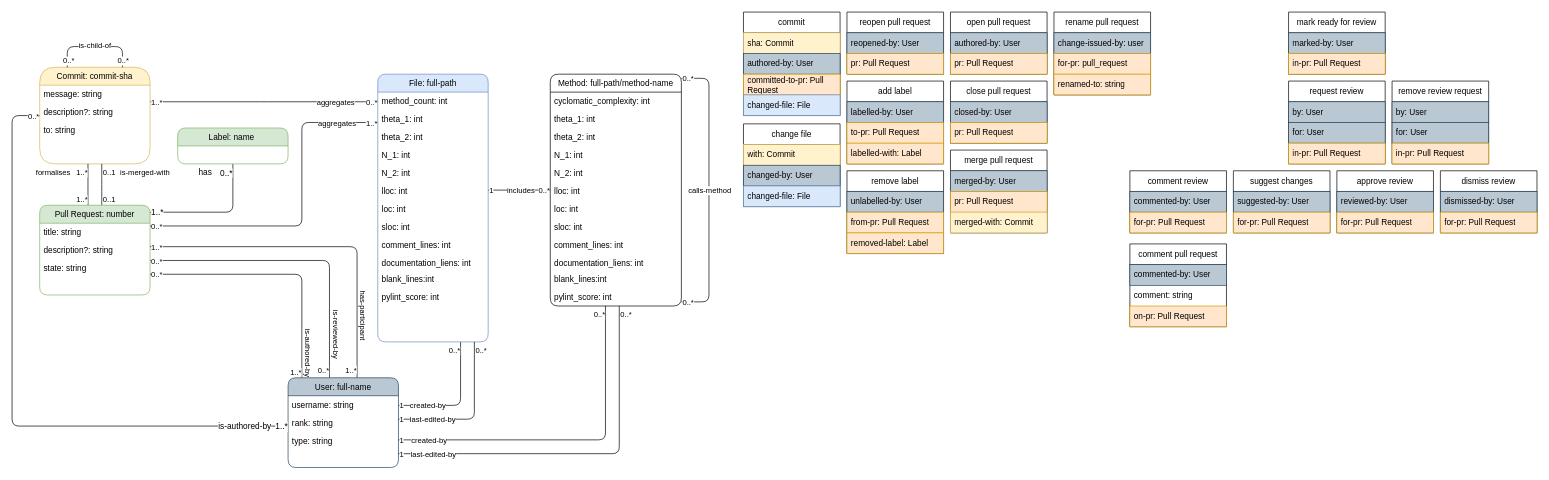
This is page "Data-Model" (1 of 3) of Exports/OCEL-Diagrams.drawio from AlexS-1/Bachelor-Code, a draw.io file, before an edit. Source tidied: cells renumbered, new cells numbered last; positions are measured from the earlier drawing's top-left corner, leaving out a move shared by most shapes. Both pictures are drawn from the tidied source at 69%, with x=0, y=0 at pixel (-16, -437).
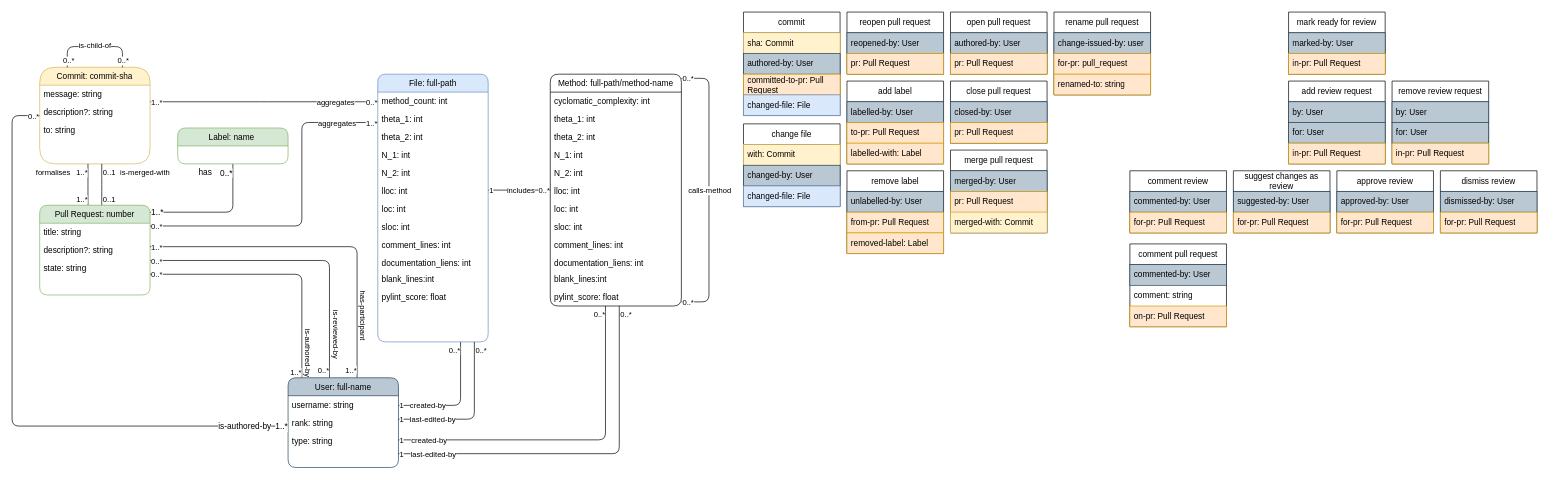
The same diagram, later.

Unchanged cells that the change refers to:
```xml
<mxCell id="34" value="approve review" style="swimlane;fontStyle=0;horizontal=1;startSize=30;whiteSpace=wrap;html=1;" parent="1" vertex="1">
  <mxGeometry x="1960" y="880" width="140" height="90" as="geometry" />
</mxCell>
<mxCell id="99" value="File: full-path" style="swimlane;fontStyle=0;align=center;verticalAlign=top;horizontal=1;startSize=26;rounded=1;shadow=0;strokeWidth=1;fillColor=#dae8fc;strokeColor=#6c8ebf;" parent="1" vertex="1">
  <mxGeometry x="570" y="740" width="160" height="388" as="geometry" />
</mxCell>
<mxCell id="134" value="Method: full-path/method-name" style="swimlane;fontStyle=0;align=center;verticalAlign=top;horizontal=1;startSize=26;rounded=1;shadow=0;strokeWidth=1;" parent="1" vertex="1">
  <mxGeometry x="820" y="740" width="190" height="336" as="geometry" />
</mxCell>
```

Diff of the diagram source:
```diff
@@
-    <mxCell id="35" value="reviewed-by: User" style="text;strokeColor=#23445d;fillColor=#bac8d3;align=left;verticalAlign=middle;spacingLeft=4;spacingRight=4;overflow=hidden;whiteSpace=wrap;html=1;" parent="34" vertex="1">
+    <mxCell id="35" value="approved-by: User" style="text;strokeColor=#23445d;fillColor=#bac8d3;align=left;verticalAlign=middle;spacingLeft=4;spacingRight=4;overflow=hidden;whiteSpace=wrap;html=1;" parent="34" vertex="1">
       <mxGeometry y="30" width="140" height="30" as="geometry" />
     </mxCell>
@@
-    <mxCell id="111" value="pylint_score: int" style="text;align=left;verticalAlign=top;spacingLeft=4;spacingRight=4;overflow=hidden;rounded=1;shadow=0;html=0;" parent="99" vertex="1">
+    <mxCell id="111" value="pylint_score: float" style="text;align=left;verticalAlign=top;spacingLeft=4;spacingRight=4;overflow=hidden;rounded=1;shadow=0;html=0;" parent="99" vertex="1">
       <mxGeometry y="310" width="160" height="26" as="geometry" />
     </mxCell>
@@
-    <mxCell id="121" value="suggest changes" style="swimlane;fontStyle=0;horizontal=1;startSize=30;whiteSpace=wrap;html=1;" parent="1" vertex="1">
+    <mxCell id="121" value="suggest changes as review" style="swimlane;fontStyle=0;horizontal=1;startSize=30;whiteSpace=wrap;html=1;" parent="1" vertex="1">
       <mxGeometry x="1810" y="880" width="140" height="90" as="geometry" />
     </mxCell>
@@
-    <mxCell id="130" value="request review" style="swimlane;fontStyle=0;horizontal=1;startSize=30;whiteSpace=wrap;html=1;" parent="1" vertex="1">
+    <mxCell id="130" value="add review request" style="swimlane;fontStyle=0;horizontal=1;startSize=30;whiteSpace=wrap;html=1;" parent="1" vertex="1">
       <mxGeometry x="1890" y="750" width="140" height="120" as="geometry" />
     </mxCell>
@@
-    <mxCell id="146" value="pylint_score: int" style="text;align=left;verticalAlign=top;spacingLeft=4;spacingRight=4;overflow=hidden;rounded=1;shadow=0;html=0;" parent="134" vertex="1">
+    <mxCell id="146" value="pylint_score: float" style="text;align=left;verticalAlign=top;spacingLeft=4;spacingRight=4;overflow=hidden;rounded=1;shadow=0;html=0;" parent="134" vertex="1">
       <mxGeometry y="310" width="190" height="26" as="geometry" />
     </mxCell>
```
